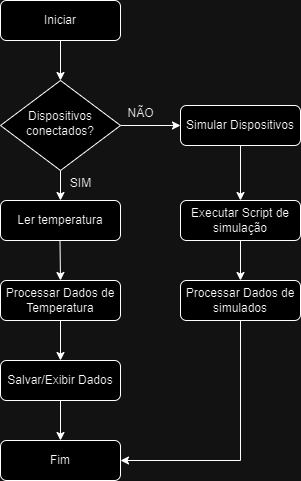
Before: hardware-pj3.drawio.png, a diagram exported from draw.io (ifsc-sj-2024-1-pji29008/hardware). Source tidied: cells renumbered, new cells last; positions are measured from the earlier drawing's top-left corner, leaving out a move shared by most shapes.
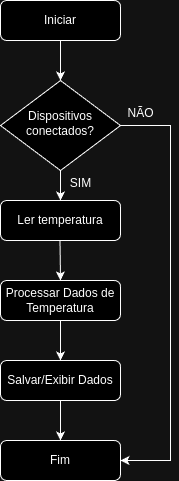
Later version of the same file.

Commit message:
correção do fluxograma do hardware

removendo a lógica de teste

Change to the diagram source:
```diff
@@ -11,18 +11,18 @@
     <mxCell id="4" style="edgeStyle=orthogonalEdgeStyle;rounded=0;jettySize=auto;html=1;" parent="1" edge="1" source="6" target="11">
       <mxGeometry relative="1" as="geometry" />
     </mxCell>
-    <mxCell id="5" style="edgeStyle=orthogonalEdgeStyle;rounded=0;jettySize=auto;html=1;entryX=0;entryY=0.5;entryDx=0;entryDy=0;" parent="1" edge="1" source="6" target="8">
-      <mxGeometry relative="1" as="geometry" />
+    <mxCell id="5" style="edgeStyle=orthogonalEdgeStyle;rounded=0;jettySize=auto;html=1;exitX=0.933;exitY=0.522;exitDx=0;exitDy=0;exitPerimeter=0;" parent="1" edge="1" source="6" target="21">
+      <mxGeometry relative="1" as="geometry">
+        <Array as="points">
+          <mxPoint x="112" y="125" />
+          <mxPoint x="170" y="125" />
+          <mxPoint x="170" y="460" />
+        </Array>
+      </mxGeometry>
     </mxCell>
     <mxCell id="6" value="Dispositivos conectados?" style="rhombus;whiteSpace=wrap;html=1;shadow=0;fontFamily=Helvetica;fontSize=12;align=center;strokeWidth=1;spacing=6;spacingTop=-4;" parent="1" vertex="1">
       <mxGeometry y="80" width="120" height="90" as="geometry" />
     </mxCell>
-    <mxCell id="7" style="edgeStyle=orthogonalEdgeStyle;rounded=0;jettySize=auto;html=1;" parent="1" edge="1" source="8" target="18">
-      <mxGeometry relative="1" as="geometry" />
-    </mxCell>
-    <mxCell id="8" value="Simular Dispositivos" style="rounded=1;whiteSpace=wrap;html=1;fontSize=12;glass=0;strokeWidth=1;shadow=0;" parent="1" vertex="1">
-      <mxGeometry x="180" y="105" width="120" height="40" as="geometry" />
-    </mxCell>
     <mxCell id="9" style="edgeStyle=orthogonalEdgeStyle;rounded=0;jettySize=auto;html=1;" parent="1" edge="1" source="10" target="13">
       <mxGeometry relative="1" as="geometry" />
     </mxCell>
@@ -50,22 +50,6 @@
     <mxCell id="16" value="NÃO" style="text;html=1;align=center;verticalAlign=middle;strokeColor=none;fillColor=none;" parent="1" vertex="1">
       <mxGeometry x="115" y="98" width="50" height="30" as="geometry" />
     </mxCell>
-    <mxCell id="17" style="edgeStyle=orthogonalEdgeStyle;rounded=0;jettySize=auto;html=1;" parent="1" edge="1" source="18" target="20">
-      <mxGeometry relative="1" as="geometry" />
-    </mxCell>
-    <mxCell id="18" value="Executar Script de simulação" style="rounded=1;whiteSpace=wrap;html=1;" parent="1" vertex="1">
-      <mxGeometry x="180" y="200" width="120" height="40" as="geometry" />
-    </mxCell>
-    <mxCell id="19" style="edgeStyle=orthogonalEdgeStyle;rounded=0;jettySize=auto;html=1;entryX=1;entryY=0.5;entryDx=0;entryDy=0;" parent="1" edge="1" source="20" target="21">
-      <mxGeometry relative="1" as="geometry">
-        <Array as="points">
-          <mxPoint x="240" y="460" />
-        </Array>
-      </mxGeometry>
-    </mxCell>
-    <mxCell id="20" value="Processar Dados de simulados" style="rounded=1;whiteSpace=wrap;html=1;fontSize=12;glass=0;strokeWidth=1;shadow=0;" parent="1" vertex="1">
-      <mxGeometry x="180" y="280" width="120" height="40" as="geometry" />
-    </mxCell>
     <mxCell id="21" value="Fim" style="rounded=1;whiteSpace=wrap;html=1;fontSize=12;glass=0;strokeWidth=1;shadow=0;" parent="1" vertex="1">
       <mxGeometry y="440" width="120" height="40" as="geometry" />
     </mxCell>
```
